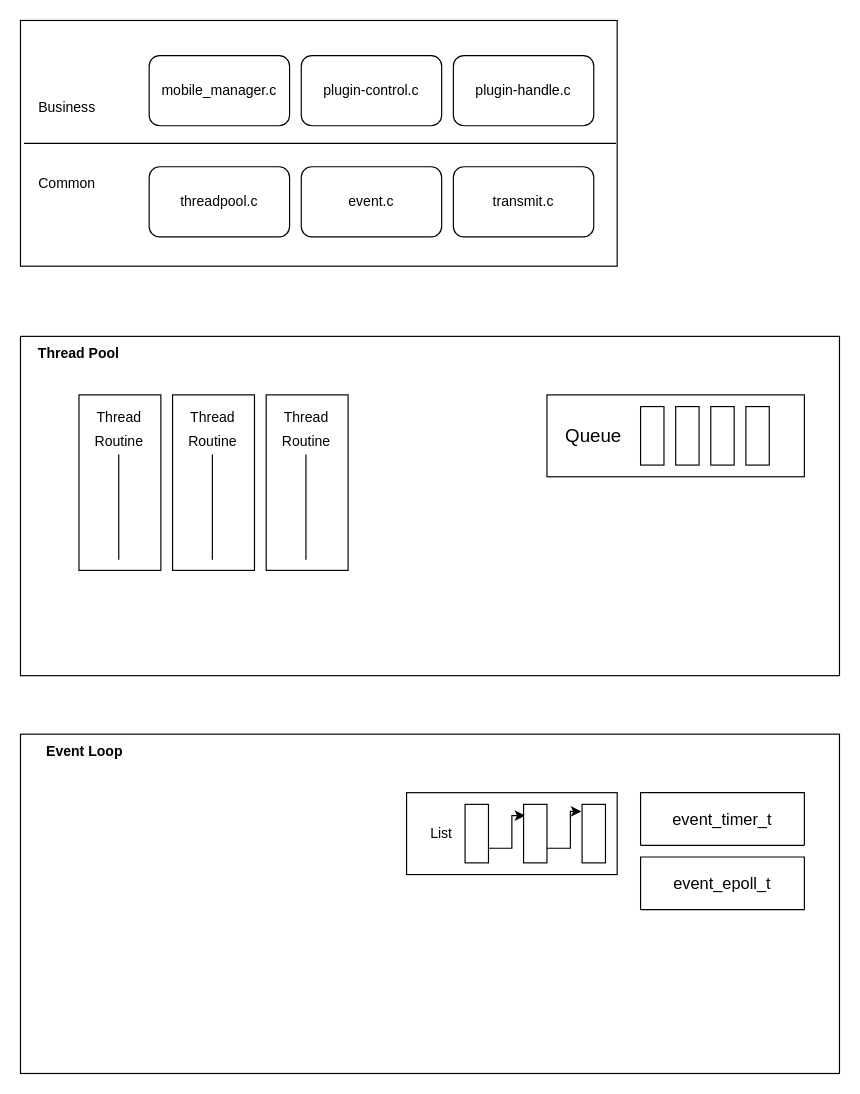
The draw.io diagram page "frame" (3 of 3) of gw-mtk/mobile_manager.drawio in waterwatermelon/graph, before the edit. Source tidied: cells renumbered, new cells numbered last; positions are measured from the earlier drawing's top-left corner, leaving out a move shared by most shapes. Both pictures are drawn from the tidied source at 117%, with x=0, y=0 at pixel (20, 20).
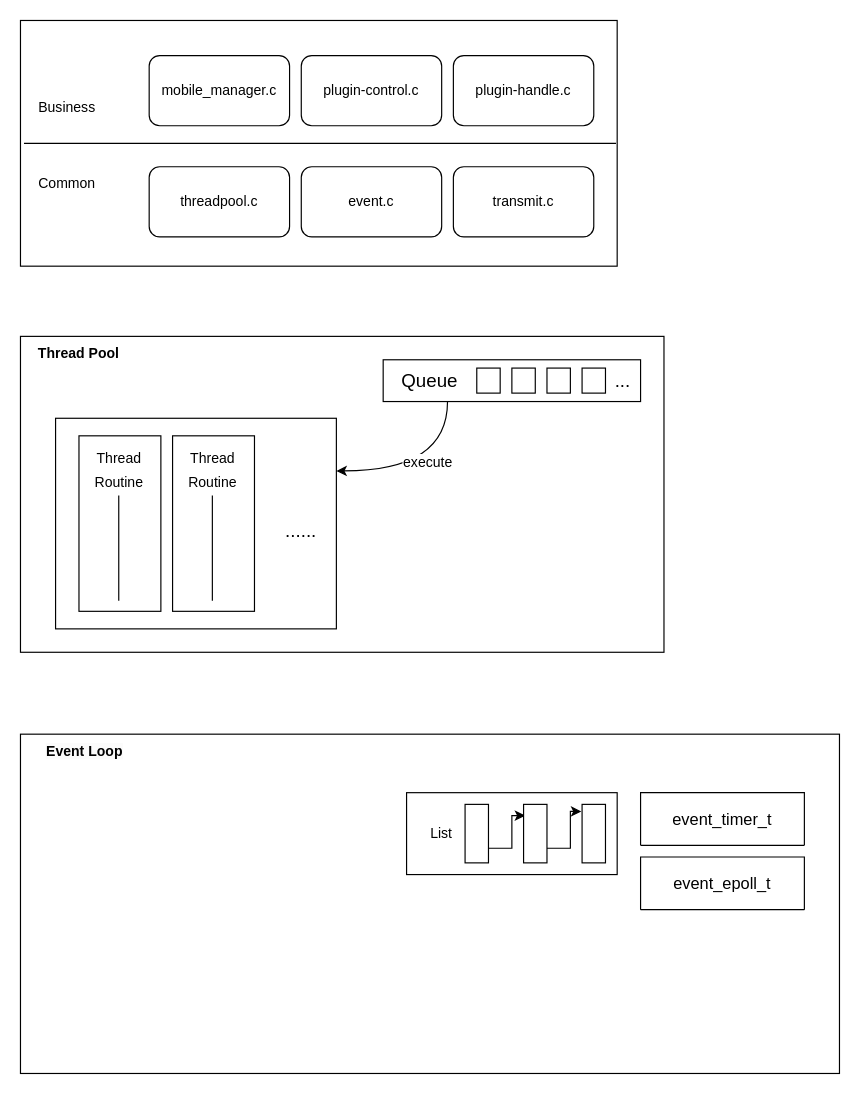
After the change.

What changed in the source:
```diff
@@
     <mxCell id="3" style="rounded=0;whiteSpace=wrap;html=1;" parent="1" vertex="1">
-      <mxGeometry y="270" width="700" height="290" as="geometry" />
+      <mxGeometry y="270" width="550" height="270" as="geometry" />
     </mxCell>
@@
     <mxCell id="7" style="group;" parent="1" vertex="1">
-      <mxGeometry x="450" y="320" width="220" height="70" as="geometry" />
+      <mxGeometry x="310" y="290" width="230" height="50" as="geometry" />
     </mxCell>
     <mxCell id="8" style="rounded=0;whiteSpace=wrap;html=1;fontSize=16;" parent="7" vertex="1">
-      <mxGeometry width="220" height="70" as="geometry" />
+      <mxGeometry width="220" height="35.7" as="geometry" />
     </mxCell>
     <mxCell id="9" value="Queue" style="text;html=1;strokeColor=none;fillColor=none;align=center;verticalAlign=middle;whiteSpace=wrap;rounded=0;fontSize=16;" parent="7" vertex="1">
-      <mxGeometry x="10" y="20" width="60" height="30" as="geometry" />
+      <mxGeometry x="10" y="7.1" width="60" height="21.4" as="geometry" />
     </mxCell>
     <mxCell id="10" style="rounded=0;whiteSpace=wrap;html=1;fontSize=16;" parent="7" vertex="1">
-      <mxGeometry x="80" y="10" width="20" height="50" as="geometry" />
+      <mxGeometry x="80" y="7.1" width="20" height="21.4" as="geometry" />
     </mxCell>
-    <mxCell id="11" style="rounded=0;whiteSpace=wrap;html=1;fontSize=16;" parent="7" vertex="1">
-      <mxGeometry x="110" y="10" width="20" height="50" as="geometry" />
-    </mxCell>
-    <mxCell id="12" style="rounded=0;whiteSpace=wrap;html=1;fontSize=16;" parent="7" vertex="1">
-      <mxGeometry x="140" y="10" width="20" height="50" as="geometry" />
-    </mxCell>
-    <mxCell id="13" style="rounded=0;whiteSpace=wrap;html=1;fontSize=16;" parent="7" vertex="1">
-      <mxGeometry x="170" y="10" width="20" height="50" as="geometry" />
-    </mxCell>
-    <mxCell id="14" style="group;" parent="1" vertex="1">
-      <mxGeometry x="30" y="320" width="110" height="150" as="geometry" />
-    </mxCell>
-    <mxCell id="15" style="group;" parent="14" vertex="1">
-      <mxGeometry width="110" height="150" as="geometry" />
-    </mxCell>
-    <mxCell id="16" style="rounded=0;whiteSpace=wrap;html=1;fontSize=16;align=center;" parent="15" vertex="1">
-      <mxGeometry x="20" width="70" height="150" as="geometry" />
-    </mxCell>
-    <mxCell id="17" value="&lt;font style=&quot;font-size: 12px;&quot;&gt;Thread&lt;br&gt;Routine&lt;/font&gt;" style="text;html=1;strokeColor=none;fillColor=none;align=center;verticalAlign=middle;whiteSpace=wrap;rounded=0;fontSize=16;" parent="15" vertex="1">
-      <mxGeometry x="17.3" y="6.9" width="75.4" height="41.2" as="geometry" />
-    </mxCell>
-    <mxCell id="18" style="endArrow=none;html=1;rounded=0;" parent="15" edge="1">
-      <mxGeometry relative="1" as="geometry">
-        <mxPoint x="54" y="51" as="sourcePoint" />
-        <mxPoint x="54" y="141" as="targetPoint" />
-      </mxGeometry>
-    </mxCell>
+    <mxCell id="47" style="rounded=0;whiteSpace=wrap;html=1;fontSize=16;" parent="7" vertex="1">
+      <mxGeometry x="110" y="7.1" width="20" height="21.4" as="geometry" />
+    </mxCell>
+    <mxCell id="48" style="rounded=0;whiteSpace=wrap;html=1;fontSize=16;" parent="7" vertex="1">
+      <mxGeometry x="140" y="7.1" width="20" height="21.4" as="geometry" />
+    </mxCell>
+    <mxCell id="49" style="rounded=0;whiteSpace=wrap;html=1;fontSize=16;" parent="7" vertex="1">
+      <mxGeometry x="170" y="7.1" width="20" height="21.4" as="geometry" />
+    </mxCell>
+    <mxCell id="50" value="..." style="text;html=1;strokeColor=none;fillColor=none;align=center;verticalAlign=middle;whiteSpace=wrap;rounded=0;fontSize=16;" parent="7" vertex="1">
+      <mxGeometry x="175" y="7.1" width="60" height="21.4" as="geometry" />
+    </mxCell>
@@
+    <mxCell id="51" style="rounded=0;whiteSpace=wrap;html=1;" parent="1" vertex="1">
+      <mxGeometry x="30" y="340" width="240" height="180" as="geometry" />
+    </mxCell>
     <mxCell id="37" style="group;" parent="1" vertex="1">
-      <mxGeometry x="110" y="320" width="110" height="150" as="geometry" />
+      <mxGeometry x="30" y="355" width="110" height="150" as="geometry" />
     </mxCell>
@@
     <mxCell id="42" style="group;" parent="1" vertex="1">
-      <mxGeometry x="190" y="320" width="110" height="150" as="geometry" />
+      <mxGeometry x="110" y="355" width="110" height="150" as="geometry" />
     </mxCell>
@@
+    <mxCell id="52" value="......" style="text;html=1;strokeColor=none;fillColor=none;align=center;verticalAlign=middle;whiteSpace=wrap;rounded=0;fontSize=16;" parent="1" vertex="1">
+      <mxGeometry x="210" y="425" width="60" height="21.4" as="geometry" />
+    </mxCell>
+    <mxCell id="53" style="edgeStyle=orthogonalEdgeStyle;rounded=0;jettySize=auto;html=1;exitX=0.25;exitY=1;exitDx=0;exitDy=0;entryX=1;entryY=0.25;entryDx=0;entryDy=0;curved=1;" parent="1" edge="1" source="8" target="51">
+      <mxGeometry relative="1" as="geometry" />
+    </mxCell>
+    <mxCell id="54" value="execute" style="edgeLabel;html=1;align=center;verticalAlign=middle;fontSize=12;" parent="53" vertex="1">
+      <mxGeometry y="-8" relative="1" as="geometry" />
+    </mxCell>
```
